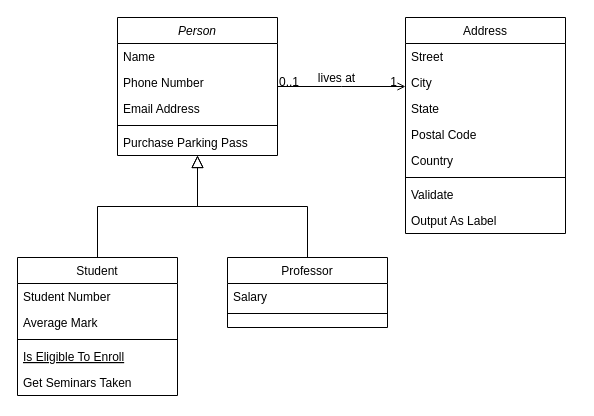
This is Lab3.drawio from BakhirevKirill/draw-io, a draw.io file, before an edit. Source tidied: cells renumbered, new cells numbered last; positions are measured from the earlier drawing's top-left corner, leaving out a move shared by most shapes. Both pictures are drawn from the tidied source at 100%, with x=0, y=0 at pixel (17, 17).
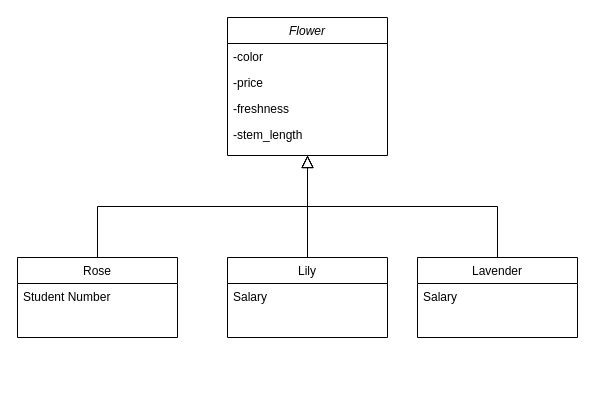
The same page after the edit.

Diff of the diagram source:
```diff
@@
-    <mxCell id="2" value="Person" style="swimlane;fontStyle=2;align=center;verticalAlign=top;horizontal=1;startSize=26;rounded=0;shadow=0;strokeWidth=1;" parent="1" vertex="1">
-      <mxGeometry x="100" width="160" height="138" as="geometry" />
+    <mxCell id="2" value="Flower" style="swimlane;fontStyle=2;align=center;verticalAlign=top;horizontal=1;startSize=26;rounded=0;shadow=0;strokeWidth=1;" parent="1" vertex="1">
+      <mxGeometry x="210" width="160" height="138" as="geometry" />
     </mxCell>
-    <mxCell id="3" value="Name" style="text;align=left;verticalAlign=top;spacingLeft=4;spacingRight=4;overflow=hidden;" parent="2" vertex="1">
+    <mxCell id="3" value="-color" style="text;align=left;verticalAlign=top;spacingLeft=4;spacingRight=4;overflow=hidden;" parent="2" vertex="1">
       <mxGeometry y="26" width="160" height="26" as="geometry" />
     </mxCell>
-    <mxCell id="4" value="Phone Number" style="text;align=left;verticalAlign=top;spacingLeft=4;spacingRight=4;overflow=hidden;rounded=0;shadow=0;html=0;" parent="2" vertex="1">
+    <mxCell id="4" value="-price" style="text;align=left;verticalAlign=top;spacingLeft=4;spacingRight=4;overflow=hidden;rounded=0;shadow=0;html=0;" parent="2" vertex="1">
       <mxGeometry y="52" width="160" height="26" as="geometry" />
     </mxCell>
-    <mxCell id="5" value="Email Address" style="text;align=left;verticalAlign=top;spacingLeft=4;spacingRight=4;overflow=hidden;rounded=0;shadow=0;html=0;" parent="2" vertex="1">
+    <mxCell id="5" value="-freshness" style="text;align=left;verticalAlign=top;spacingLeft=4;spacingRight=4;overflow=hidden;rounded=0;shadow=0;html=0;" parent="2" vertex="1">
       <mxGeometry y="78" width="160" height="26" as="geometry" />
     </mxCell>
-    <mxCell id="6" style="line;html=1;strokeWidth=1;align=left;verticalAlign=middle;spacingTop=-1;spacingLeft=3;spacingRight=3;labelPosition=right;" parent="2" vertex="1">
-      <mxGeometry y="104" width="160" height="8" as="geometry" />
-    </mxCell>
-    <mxCell id="7" value="Purchase Parking Pass" style="text;align=left;verticalAlign=top;spacingLeft=4;spacingRight=4;overflow=hidden;" parent="2" vertex="1">
-      <mxGeometry y="112" width="160" height="26" as="geometry" />
+    <mxCell id="7" value="-stem_length" style="text;align=left;verticalAlign=top;spacingLeft=4;spacingRight=4;overflow=hidden;" parent="2" vertex="1">
+      <mxGeometry y="104" width="160" height="26" as="geometry" />
     </mxCell>
-    <mxCell id="8" value="Student" style="swimlane;fontStyle=0;align=center;verticalAlign=top;horizontal=1;startSize=26;rounded=0;shadow=0;strokeWidth=1;" parent="1" vertex="1">
-      <mxGeometry y="240" width="160" height="138" as="geometry" />
+    <mxCell id="8" value="Rose" style="swimlane;fontStyle=0;align=center;verticalAlign=top;horizontal=1;startSize=26;rounded=0;shadow=0;strokeWidth=1;" parent="1" vertex="1">
+      <mxGeometry y="240" width="160" height="80" as="geometry" />
     </mxCell>
@@
-    <mxCell id="10" value="Average Mark" style="text;align=left;verticalAlign=top;spacingLeft=4;spacingRight=4;overflow=hidden;rounded=0;shadow=0;html=0;" parent="8" vertex="1">
-      <mxGeometry y="52" width="160" height="26" as="geometry" />
-    </mxCell>
-    <mxCell id="11" style="line;html=1;strokeWidth=1;align=left;verticalAlign=middle;spacingTop=-1;spacingLeft=3;spacingRight=3;labelPosition=right;" parent="8" vertex="1">
-      <mxGeometry y="78" width="160" height="8" as="geometry" />
-    </mxCell>
-    <mxCell id="12" value="Is Eligible To Enroll" style="text;align=left;verticalAlign=top;spacingLeft=4;spacingRight=4;overflow=hidden;fontStyle=4;" parent="8" vertex="1">
-      <mxGeometry y="86" width="160" height="26" as="geometry" />
-    </mxCell>
-    <mxCell id="13" value="Get Seminars Taken" style="text;align=left;verticalAlign=top;spacingLeft=4;spacingRight=4;overflow=hidden;" parent="8" vertex="1">
-      <mxGeometry y="112" width="160" height="26" as="geometry" />
-    </mxCell>
@@
-    <mxCell id="15" value="Professor" style="swimlane;fontStyle=0;align=center;verticalAlign=top;horizontal=1;startSize=26;rounded=0;shadow=0;strokeWidth=1;" parent="1" vertex="1">
-      <mxGeometry x="210" y="240" width="160" height="70" as="geometry" />
+    <mxCell id="15" value="Lily" style="swimlane;fontStyle=0;align=center;verticalAlign=top;horizontal=1;startSize=26;rounded=0;shadow=0;strokeWidth=1;" parent="1" vertex="1">
+      <mxGeometry x="210" y="240" width="160" height="80" as="geometry" />
     </mxCell>
@@
-    <mxCell id="17" style="line;html=1;strokeWidth=1;align=left;verticalAlign=middle;spacingTop=-1;spacingLeft=3;spacingRight=3;labelPosition=right;" parent="15" vertex="1">
-      <mxGeometry y="52" width="160" height="8" as="geometry" />
-    </mxCell>
@@
-    <mxCell id="19" value="Address" style="swimlane;fontStyle=0;align=center;verticalAlign=top;horizontal=1;startSize=26;rounded=0;shadow=0;strokeWidth=1;" parent="1" vertex="1">
-      <mxGeometry x="388" width="160" height="216" as="geometry" />
-    </mxCell>
-    <mxCell id="20" value="Street" style="text;align=left;verticalAlign=top;spacingLeft=4;spacingRight=4;overflow=hidden;" parent="19" vertex="1">
-      <mxGeometry y="26" width="160" height="26" as="geometry" />
-    </mxCell>
-    <mxCell id="21" value="City" style="text;align=left;verticalAlign=top;spacingLeft=4;spacingRight=4;overflow=hidden;rounded=0;shadow=0;html=0;" parent="19" vertex="1">
-      <mxGeometry y="52" width="160" height="26" as="geometry" />
-    </mxCell>
-    <mxCell id="22" value="State" style="text;align=left;verticalAlign=top;spacingLeft=4;spacingRight=4;overflow=hidden;rounded=0;shadow=0;html=0;" parent="19" vertex="1">
-      <mxGeometry y="78" width="160" height="26" as="geometry" />
-    </mxCell>
-    <mxCell id="23" value="Postal Code" style="text;align=left;verticalAlign=top;spacingLeft=4;spacingRight=4;overflow=hidden;rounded=0;shadow=0;html=0;" parent="19" vertex="1">
-      <mxGeometry y="104" width="160" height="26" as="geometry" />
-    </mxCell>
-    <mxCell id="24" value="Country" style="text;align=left;verticalAlign=top;spacingLeft=4;spacingRight=4;overflow=hidden;rounded=0;shadow=0;html=0;" parent="19" vertex="1">
-      <mxGeometry y="130" width="160" height="26" as="geometry" />
-    </mxCell>
-    <mxCell id="25" style="line;html=1;strokeWidth=1;align=left;verticalAlign=middle;spacingTop=-1;spacingLeft=3;spacingRight=3;labelPosition=right;" parent="19" vertex="1">
-      <mxGeometry y="156" width="160" height="8" as="geometry" />
-    </mxCell>
-    <mxCell id="26" value="Validate" style="text;align=left;verticalAlign=top;spacingLeft=4;spacingRight=4;overflow=hidden;" parent="19" vertex="1">
-      <mxGeometry y="164" width="160" height="26" as="geometry" />
-    </mxCell>
-    <mxCell id="27" value="Output As Label" style="text;align=left;verticalAlign=top;spacingLeft=4;spacingRight=4;overflow=hidden;" parent="19" vertex="1">
-      <mxGeometry y="190" width="160" height="26" as="geometry" />
-    </mxCell>
-    <mxCell id="28" style="endArrow=open;shadow=0;strokeWidth=1;rounded=0;endFill=1;edgeStyle=elbowEdgeStyle;elbow=vertical;" parent="1" edge="1" source="2" target="19">
-      <mxGeometry x="0.5" y="41" relative="1" as="geometry">
-        <mxPoint x="-40" y="32" as="offset" />
-      </mxGeometry>
-    </mxCell>
-    <mxCell id="29" value="0..1" style="align=left;verticalAlign=bottom;labelBackgroundColor=none;fontSize=12;" parent="28" vertex="1">
-      <mxGeometry x="-1" relative="1" as="geometry">
-        <mxPoint y="4" as="offset" />
-      </mxGeometry>
-    </mxCell>
-    <mxCell id="30" value="1" style="align=right;verticalAlign=bottom;labelBackgroundColor=none;fontSize=12;" parent="28" vertex="1">
-      <mxGeometry x="1" relative="1" as="geometry">
-        <mxPoint x="-7" y="4" as="offset" />
-      </mxGeometry>
-    </mxCell>
-    <mxCell id="31" value="lives at" style="text;html=1;align=center;verticalAlign=middle;labelBackgroundColor=none;rounded=0;shadow=0;strokeWidth=1;fontSize=12;" parent="28" vertex="1">
-      <mxGeometry x="0.5" y="49" relative="1" as="geometry">
-        <mxPoint x="-38" y="40" as="offset" />
-      </mxGeometry>
-    </mxCell>
+    <mxCell id="32" value="Lavender" style="swimlane;fontStyle=0;align=center;verticalAlign=top;horizontal=1;startSize=26;rounded=0;shadow=0;strokeWidth=1;" parent="1" vertex="1">
+      <mxGeometry x="400" y="240" width="160" height="80" as="geometry" />
+    </mxCell>
+    <mxCell id="33" value="Salary" style="text;align=left;verticalAlign=top;spacingLeft=4;spacingRight=4;overflow=hidden;" parent="32" vertex="1">
+      <mxGeometry y="26" width="160" height="26" as="geometry" />
+    </mxCell>
+    <mxCell id="34" style="endArrow=block;endSize=10;endFill=0;shadow=0;strokeWidth=1;rounded=0;edgeStyle=elbowEdgeStyle;elbow=vertical;entryX=0.5;entryY=1;entryDx=0;entryDy=0;" parent="1" edge="1" source="32" target="2">
+      <mxGeometry relative="1" as="geometry" />
+    </mxCell>
```
